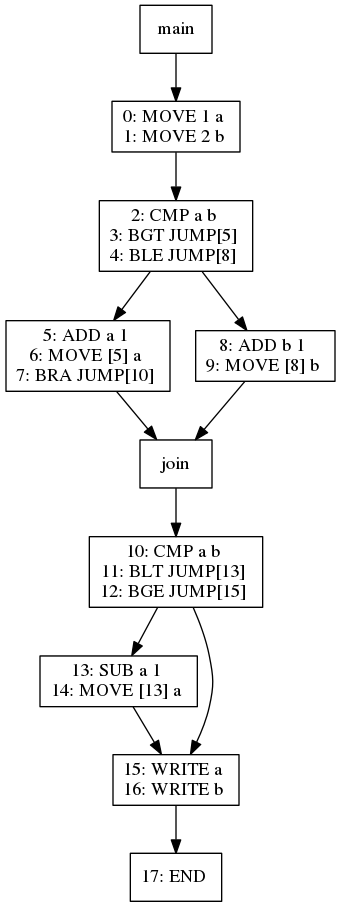
Above: viz/test007.dot.png in jiahanwang/PL241-Compiler (Graphviz), before the change. Its source is kept beside it as viz/test007.dot. Source of this version:
```dot
digraph test007 {
node [shape=box]
112[label="main"]
112 -> 114
114[label="0: MOVE 1 a
1: MOVE 2 b
"]
114 -> 116
116[label="2: CMP a b
3: BGT JUMP[5]
4: BLE JUMP[8]
"]
116 -> 118
118[label="5: ADD a 1
6: MOVE [5] a
7: BRA JUMP[10]
"]
118 -> 117
117[label="join"]
117 -> 120
120[label="10: CMP a b
11: BLT JUMP[13]
12: BGE JUMP[15]
"]
120 -> 122
122[label="13: SUB a 1
14: MOVE [13] a
"]
122 -> 121
121[label="15: WRITE a
16: WRITE b
"]
121 -> 125
125[label="17: END
"]
120 -> 121
116 -> 119
119[label="8: ADD b 1
9: MOVE [8] b
"]
119 -> 117
}
```
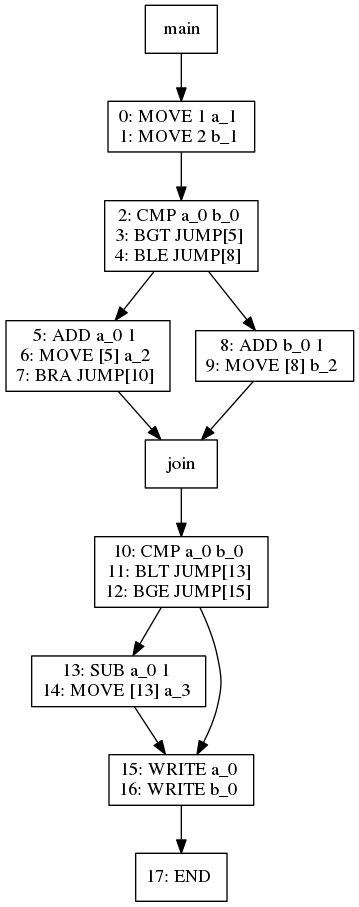
After the commit.

Diff of the diagram source:
```diff
@@ -1,42 +1,45 @@
 digraph test007 {
 node [shape=box]
-112[label="main"]
-112 -> 114
-114[label="0: MOVE 1 a
-1: MOVE 2 b
+1[label="main"]
+1 -> 3
+3[label="0: MOVE 1 a_1
+1: MOVE 2 b_1
 "]
-114 -> 116
-116[label="2: CMP a b
+3 -> 5
+5[label="2: CMP a_1 b_1
 3: BGT JUMP[5]
 4: BLE JUMP[8]
 "]
-116 -> 118
-118[label="5: ADD a 1
-6: MOVE [5] a
+5 -> 7
+7[label="5: ADD a_1 1
+6: MOVE [5] a_2
 7: BRA JUMP[10]
 "]
-118 -> 117
-117[label="join"]
-117 -> 120
-120[label="10: CMP a b
-11: BLT JUMP[13]
-12: BGE JUMP[15]
+7 -> 6
+6[label="10: PHI b_2 b_1 b_3
+11: PHI a_3 a_2 a_1
 "]
-120 -> 122
-122[label="13: SUB a 1
-14: MOVE [13] a
+6 -> 9
+9[label="12: CMP a_3 b_2
+13: BLT JUMP[15]
+14: BGE JUMP[17]
 "]
-122 -> 121
-121[label="15: WRITE a
-16: WRITE b
+9 -> 11
+11[label="15: SUB a_3 1
+16: MOVE [15] a_4
 "]
-121 -> 125
-125[label="17: END
+11 -> 10
+10[label="17: PHI a_5 a_4 a_3
+18: WRITE a_5
+19: WRITE b_2
 "]
-120 -> 121
-116 -> 119
-119[label="8: ADD b 1
-9: MOVE [8] b
+10 -> 14
+14[label="20: END
 "]
-119 -> 117
+9 -> 10
+5 -> 8
+8[label="8: ADD b_1 1
+9: MOVE [8] b_3
+"]
+8 -> 6
 }
```
